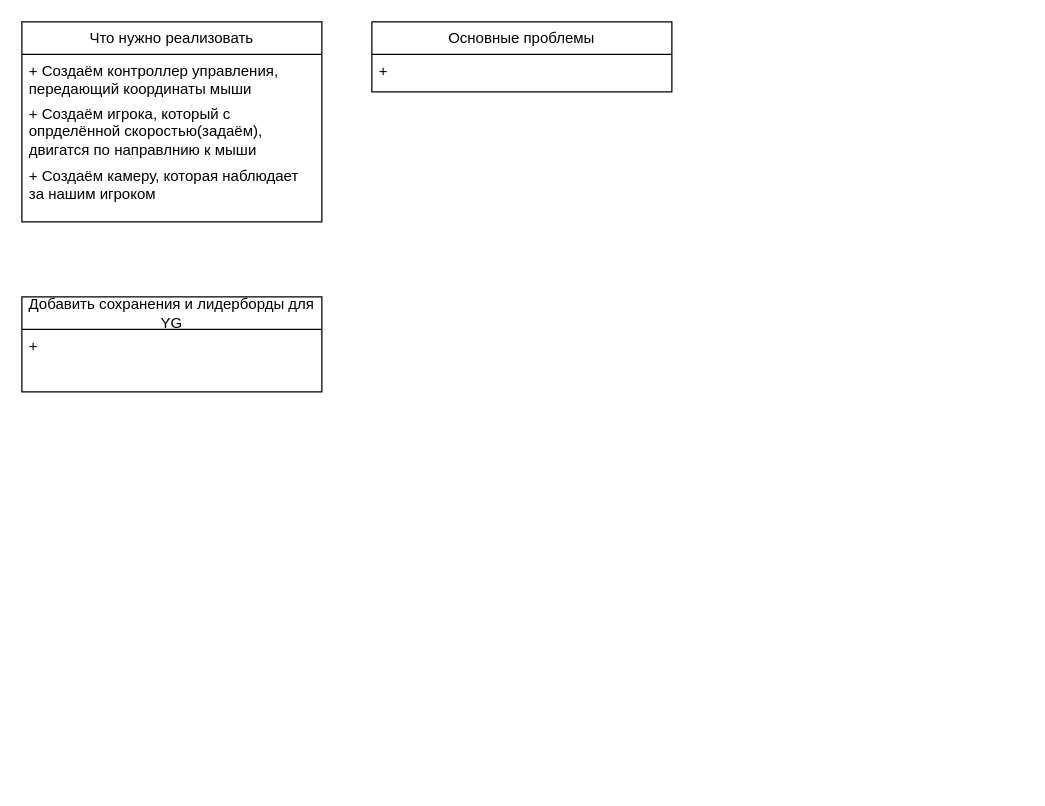
Earlier version of the draw.io diagram SnakeIOWithBall2048.drawio (Bablakov/SnakeIOWithBall2048). Source tidied: cells renumbered, new cells numbered last; positions are measured from the earlier drawing's top-left corner, leaving out a move shared by most shapes. Both pictures are drawn from the tidied source at 125%, with x=0, y=0 at pixel (21, 21).
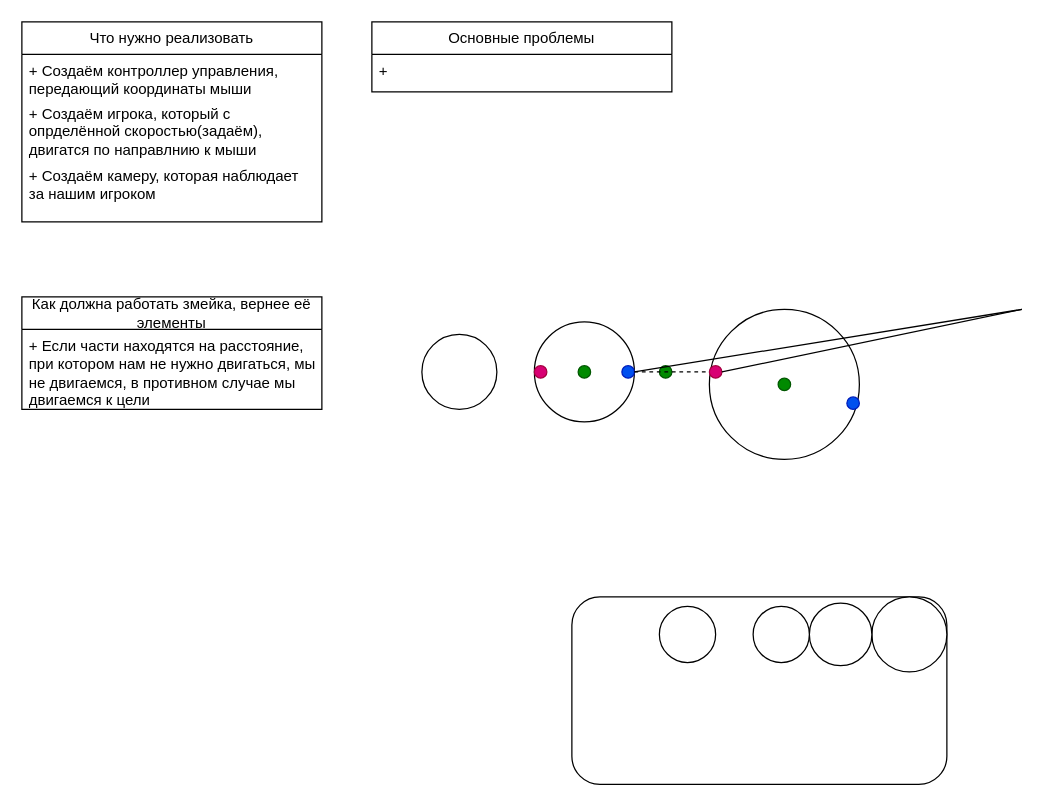
After the change.

Diff of the diagram source:
```diff
@@
-    <mxCell id="8" value="&lt;div style=&quot;&quot;&gt;Добавить сохранения и лидерборды для YG&lt;br&gt;&lt;/div&gt;" style="swimlane;fontStyle=0;horizontal=1;startSize=26;fillColor=none;whiteSpace=wrap;html=1;" parent="1" vertex="1">
-      <mxGeometry y="220" width="240" height="76" as="geometry" />
+    <mxCell id="8" value="Как должна работать змейка, вернее её элементы" style="swimlane;fontStyle=0;horizontal=1;startSize=26;fillColor=none;whiteSpace=wrap;html=1;" parent="1" vertex="1">
+      <mxGeometry y="220" width="240" height="90" as="geometry" />
     </mxCell>
-    <mxCell id="9" value="+&lt;div&gt;&lt;br&gt;&lt;/div&gt;" style="text;strokeColor=none;fillColor=none;align=left;verticalAlign=top;spacingLeft=4;spacingRight=4;overflow=hidden;whiteSpace=wrap;html=1;" parent="8" vertex="1">
-      <mxGeometry y="26" width="240" height="50" as="geometry" />
+    <mxCell id="9" value="+ Если части находятся на расстояние, при котором нам не нужно двигаться, мы не двигаемся, в противном случае мы двигаемся к цели" style="text;strokeColor=none;fillColor=none;align=left;verticalAlign=top;spacingLeft=4;spacingRight=4;overflow=hidden;whiteSpace=wrap;html=1;" parent="8" vertex="1">
+      <mxGeometry y="26" width="240" height="64" as="geometry" />
     </mxCell>
+    <mxCell id="10" style="ellipse;whiteSpace=wrap;html=1;" parent="1" vertex="1">
+      <mxGeometry x="550" y="230" width="120" height="120" as="geometry" />
+    </mxCell>
+    <mxCell id="11" style="ellipse;whiteSpace=wrap;html=1;" parent="1" vertex="1">
+      <mxGeometry x="410" y="240" width="80" height="80" as="geometry" />
+    </mxCell>
+    <mxCell id="12" style="ellipse;whiteSpace=wrap;html=1;" parent="1" vertex="1">
+      <mxGeometry x="320" y="250" width="60" height="60" as="geometry" />
+    </mxCell>
+    <mxCell id="13" style="ellipse;whiteSpace=wrap;html=1;fillColor=#d80073;fontColor=#ffffff;strokeColor=#A50040;" parent="1" vertex="1">
+      <mxGeometry x="550" y="275" width="10" height="10" as="geometry" />
+    </mxCell>
+    <mxCell id="14" style="ellipse;whiteSpace=wrap;html=1;fillColor=#0050ef;fontColor=#ffffff;strokeColor=#001DBC;" parent="1" vertex="1">
+      <mxGeometry x="660" y="300" width="10" height="10" as="geometry" />
+    </mxCell>
+    <mxCell id="15" style="ellipse;whiteSpace=wrap;html=1;fillColor=#0050ef;fontColor=#ffffff;strokeColor=#001DBC;" parent="1" vertex="1">
+      <mxGeometry x="480" y="275" width="10" height="10" as="geometry" />
+    </mxCell>
+    <mxCell id="16" style="ellipse;whiteSpace=wrap;html=1;fillColor=#d80073;fontColor=#ffffff;strokeColor=#A50040;" parent="1" vertex="1">
+      <mxGeometry x="410" y="275" width="10" height="10" as="geometry" />
+    </mxCell>
+    <mxCell id="17" style="ellipse;whiteSpace=wrap;html=1;fillColor=#008a00;fontColor=#ffffff;strokeColor=#005700;" parent="1" vertex="1">
+      <mxGeometry x="510" y="275" width="10" height="10" as="geometry" />
+    </mxCell>
+    <mxCell id="18" style="ellipse;whiteSpace=wrap;html=1;fillColor=#008a00;fontColor=#ffffff;strokeColor=#005700;" parent="1" vertex="1">
+      <mxGeometry x="445" y="275" width="10" height="10" as="geometry" />
+    </mxCell>
+    <mxCell id="19" style="ellipse;whiteSpace=wrap;html=1;fillColor=#008a00;fontColor=#ffffff;strokeColor=#005700;" parent="1" vertex="1">
+      <mxGeometry x="605" y="285" width="10" height="10" as="geometry" />
+    </mxCell>
+    <mxCell id="20" style="endArrow=none;html=1;rounded=0;entryX=1;entryY=0.5;entryDx=0;entryDy=0;" parent="1" edge="1" target="13">
+      <mxGeometry relative="1" as="geometry">
+        <mxPoint x="800" y="230" as="sourcePoint" />
+      </mxGeometry>
+    </mxCell>
+    <mxCell id="21" style="endArrow=none;dashed=1;html=1;rounded=0;exitX=1;exitY=0.5;exitDx=0;exitDy=0;entryX=0;entryY=0.5;entryDx=0;entryDy=0;" parent="1" edge="1" source="15" target="13">
+      <mxGeometry relative="1" as="geometry" />
+    </mxCell>
+    <mxCell id="22" style="endArrow=none;html=1;rounded=0;exitX=1;exitY=0.5;exitDx=0;exitDy=0;" parent="1" edge="1" source="11">
+      <mxGeometry relative="1" as="geometry">
+        <mxPoint x="800" y="230" as="targetPoint" />
+      </mxGeometry>
+    </mxCell>
+    <mxCell id="23" style="rounded=1;whiteSpace=wrap;html=1;" parent="1" vertex="1">
+      <mxGeometry x="440" y="460" width="300" height="150" as="geometry" />
+    </mxCell>
+    <mxCell id="24" style="ellipse;whiteSpace=wrap;html=1;" parent="1" vertex="1">
+      <mxGeometry x="680" y="460" width="60" height="60" as="geometry" />
+    </mxCell>
+    <mxCell id="25" style="ellipse;whiteSpace=wrap;html=1;" parent="1" vertex="1">
+      <mxGeometry x="630" y="465" width="50" height="50" as="geometry" />
+    </mxCell>
+    <mxCell id="26" style="ellipse;whiteSpace=wrap;html=1;" parent="1" vertex="1">
+      <mxGeometry x="510" y="467.5" width="45" height="45" as="geometry" />
+    </mxCell>
+    <mxCell id="27" style="ellipse;whiteSpace=wrap;html=1;" parent="1" vertex="1">
+      <mxGeometry x="585" y="467.5" width="45" height="45" as="geometry" />
+    </mxCell>
```
